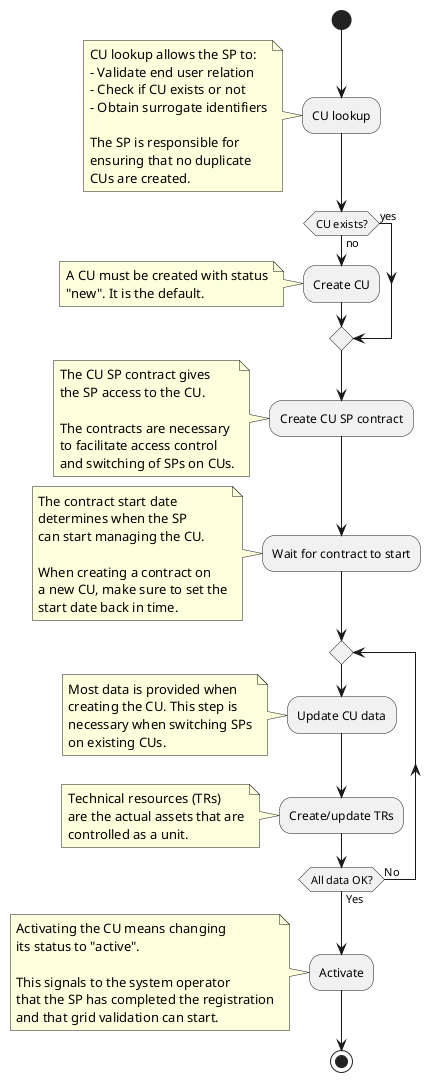
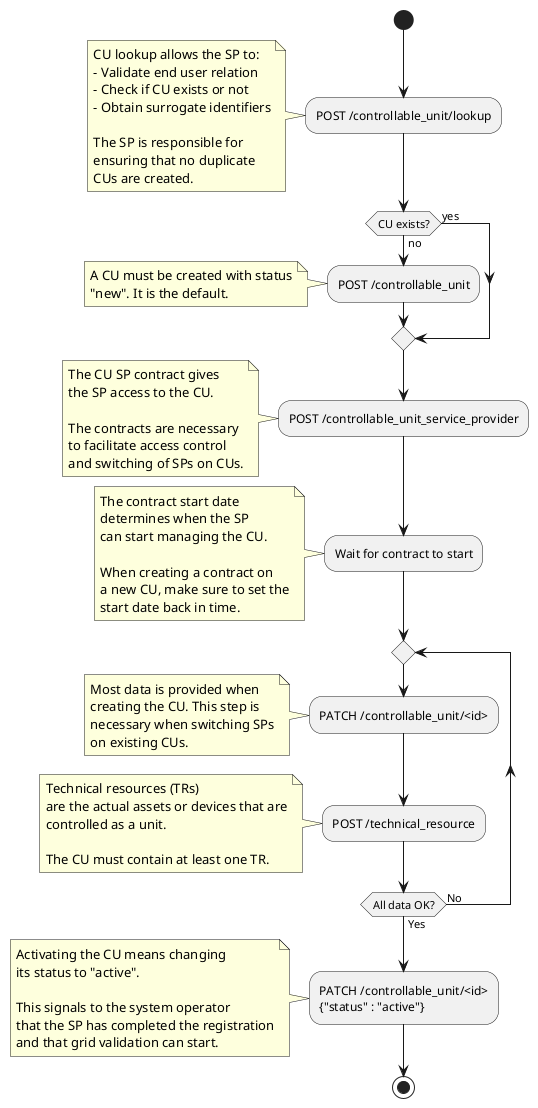

@startuml sp_cu_registration
' https://plantuml.com/activity-diagram-beta
' This diagram shows what a SP must do when registering a CU (using the API).
start
- :CU lookup;
+ :POST /controllable_unit/lookup;
note left
  CU lookup allows the SP to:
  - Validate end user relation
  - Check if CU exists or not
  - Obtain surrogate identifiers

  The SP is responsible for
  ensuring that no duplicate
  CUs are created.
end note

if (CU exists?) then (no)
-   :Create CU;
+   :POST /controllable_unit;
  note left
    A CU must be created with status
    "new". It is the default.
  end note
else (yes)
endif
-   :Create CU SP contract;
+   :POST /controllable_unit_service_provider;
  note left
    The CU SP contract gives
    the SP access to the CU.

    The contracts are necessary
    to facilitate access control
    and switching of SPs on CUs.
  end note
  :Wait for contract to start;
  note left
    The contract start date
    determines when the SP
    can start managing the CU.

    When creating a contract on
    a new CU, make sure to set the
    start date back in time.
  end note
  repeat
-     :Update CU data;
+     :PATCH /controllable_unit/<id>;
    note left
      Most data is provided when
      creating the CU. This step is
      necessary when switching SPs
      on existing CUs.
    end note
-     :Create/update TRs;
+     :POST /technical_resource;
    note left
      Technical resources (TRs)
-       are the actual assets that are
+       are the actual assets or devices that are
      controlled as a unit.
+ 
+       The CU must contain at least one TR.
    end note
  repeat while (All data OK?) is (No) not (Yes)

- :Activate;
+ :PATCH /controllable_unit/<id>\n{"status" : "active"};
note left
  Activating the CU means changing
  its status to "active".

  This signals to the system operator
  that the SP has completed the registration
  and that grid validation can start.
end note
stop

@enduml
